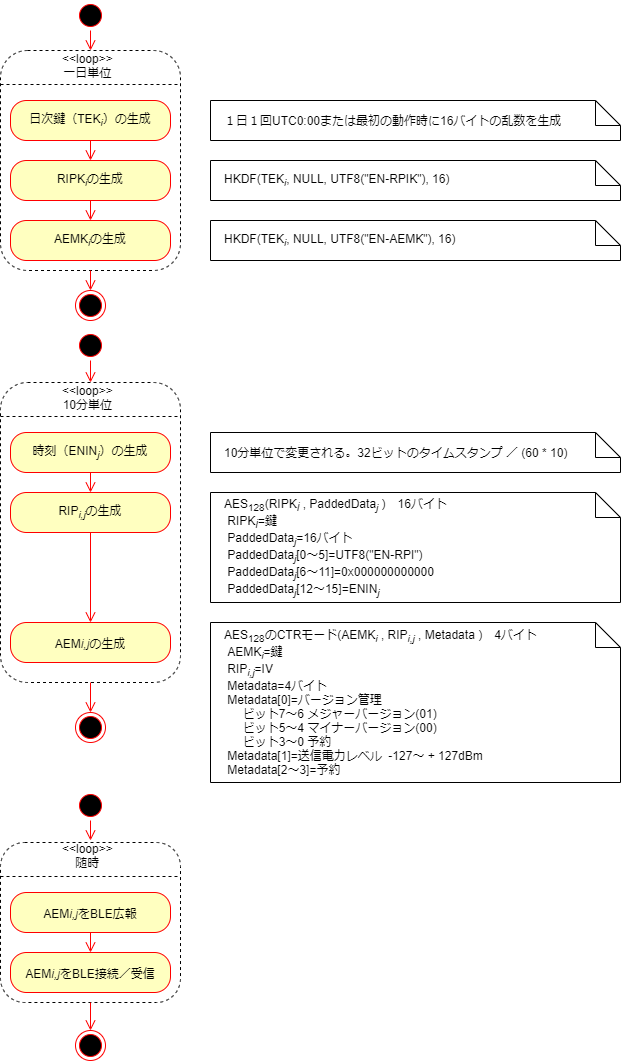
The draw.io diagram 接触確認機能アクティビティ.png in giangdolqa/GpsTrackerContactApp, before a commit. Source tidied: cells renumbered, new cells last; positions are measured from the earlier drawing's top-left corner, leaving out a move shared by most shapes.
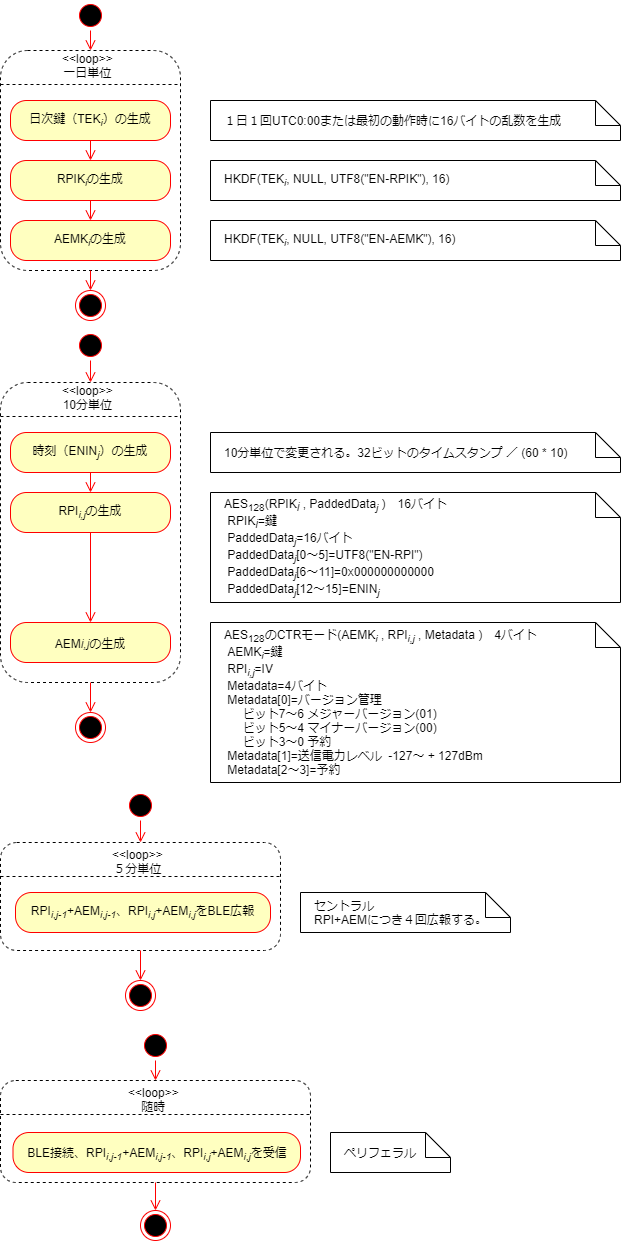
The same diagram one commit later.

The edit, as a diff of the source:
```diff
@@ -9,7 +9,7 @@
       <mxGeometry y="382" width="180" height="300" as="geometry" />
     </mxCell>
     <mxCell id="4" style="rounded=1;whiteSpace=wrap;html=1;labelBackgroundColor=none;fontColor=#FFFFFF;align=left;fillColor=none;dashed=1;" parent="1" vertex="1">
-      <mxGeometry y="842" width="180" height="160" as="geometry" />
+      <mxGeometry y="1080" width="310" height="102" as="geometry" />
     </mxCell>
     <mxCell id="5" style="ellipse;html=1;shape=startState;fillColor=#000000;strokeColor=#ff0000;" parent="1" vertex="1">
       <mxGeometry x="75" width="30" height="30" as="geometry" />
@@ -32,16 +32,16 @@
     <mxCell id="11" value="　10分単位で変更される。32ビットのタイムスタンプ ／ (60 * 10)" style="shape=note2;boundedLbl=1;whiteSpace=wrap;html=1;size=25;verticalAlign=middle;align=left;labelBackgroundColor=none;fontColor=#000000;fillColor=none;" parent="1" vertex="1">
       <mxGeometry x="210" y="432" width="410" height="40" as="geometry" />
     </mxCell>
-    <mxCell id="12" value="RIPK&lt;i&gt;&lt;sub&gt;i&lt;/sub&gt;&lt;/i&gt;の生成" style="rounded=1;whiteSpace=wrap;html=1;arcSize=40;fontColor=#000000;fillColor=#ffffc0;strokeColor=#ff0000;" parent="1" vertex="1">
+    <mxCell id="12" value="RPIK&lt;i&gt;&lt;sub&gt;i&lt;/sub&gt;&lt;/i&gt;の生成" style="rounded=1;whiteSpace=wrap;html=1;arcSize=40;fontColor=#000000;fillColor=#ffffc0;strokeColor=#ff0000;" parent="1" vertex="1">
       <mxGeometry x="10" y="160" width="160" height="40" as="geometry" />
     </mxCell>
     <mxCell id="13" value="　HKDF(TEK&lt;i&gt;&lt;sub&gt;i&lt;/sub&gt;&lt;/i&gt;, NULL, UTF8(&quot;EN-RPIK&quot;), 16)" style="shape=note2;boundedLbl=1;whiteSpace=wrap;html=1;size=25;verticalAlign=middle;align=left;labelBackgroundColor=none;fontColor=#000000;fillColor=none;" parent="1" vertex="1">
       <mxGeometry x="210" y="160" width="410" height="40" as="geometry" />
     </mxCell>
-    <mxCell id="14" value="RIP&lt;i&gt;&lt;sub&gt;i,j&lt;/sub&gt;&lt;/i&gt;の生成" style="rounded=1;whiteSpace=wrap;html=1;arcSize=40;fontColor=#000000;fillColor=#ffffc0;strokeColor=#ff0000;" parent="1" vertex="1">
+    <mxCell id="14" value="RPI&lt;i&gt;&lt;sub&gt;i,j&lt;/sub&gt;&lt;/i&gt;の生成" style="rounded=1;whiteSpace=wrap;html=1;arcSize=40;fontColor=#000000;fillColor=#ffffc0;strokeColor=#ff0000;" parent="1" vertex="1">
       <mxGeometry x="10" y="492" width="160" height="40" as="geometry" />
     </mxCell>
-    <mxCell id="15" value="　AES&lt;sub&gt;128&lt;/sub&gt;(RIPK&lt;i style=&quot;vertical-align: sub&quot;&gt;i&lt;/i&gt;&amp;nbsp;,&amp;nbsp;PaddedData&lt;sub&gt;&lt;i&gt;j&lt;/i&gt;&lt;/sub&gt;&amp;nbsp;)　16バイト&lt;br&gt;　&amp;nbsp;RIPK&lt;i style=&quot;vertical-align: sub&quot;&gt;i&lt;/i&gt;=鍵 &lt;br&gt;　 PaddedData&lt;sub style=&quot;font-style: italic&quot;&gt;j&lt;/sub&gt;=16バイト&lt;br&gt;　 PaddedData&lt;sub style=&quot;font-style: italic&quot;&gt;j&lt;/sub&gt;[0～5]=UTF8(&quot;EN-RPI&quot;)&lt;br&gt;　 PaddedData&lt;sub style=&quot;font-style: italic&quot;&gt;j&lt;/sub&gt;[6～11]=0x000000000000&lt;br&gt;　 PaddedData&lt;sub style=&quot;font-style: italic&quot;&gt;j&lt;/sub&gt;[12～15]=&lt;font&gt;&lt;span style=&quot;text-align: center&quot;&gt;ENIN&lt;/span&gt;&lt;i style=&quot;text-align: center&quot;&gt;&lt;sub&gt;j&lt;/sub&gt;&lt;/i&gt;&lt;/font&gt;" style="shape=note2;boundedLbl=1;whiteSpace=wrap;html=1;size=25;verticalAlign=middle;align=left;labelBackgroundColor=none;fontColor=#000000;fillColor=none;" parent="1" vertex="1">
+    <mxCell id="15" value="　AES&lt;sub&gt;128&lt;/sub&gt;(RPIK&lt;i style=&quot;vertical-align: sub&quot;&gt;i&lt;/i&gt;&amp;nbsp;,&amp;nbsp;PaddedData&lt;sub&gt;&lt;i&gt;j&lt;/i&gt;&lt;/sub&gt;&amp;nbsp;)　16バイト&lt;br&gt;　&amp;nbsp;RPIK&lt;i style=&quot;vertical-align: sub&quot;&gt;i&lt;/i&gt;=鍵 &lt;br&gt;　 PaddedData&lt;sub style=&quot;font-style: italic&quot;&gt;j&lt;/sub&gt;=16バイト&lt;br&gt;　 PaddedData&lt;sub style=&quot;font-style: italic&quot;&gt;j&lt;/sub&gt;[0～5]=UTF8(&quot;EN-RPI&quot;)&lt;br&gt;　 PaddedData&lt;sub style=&quot;font-style: italic&quot;&gt;j&lt;/sub&gt;[6～11]=0x000000000000&lt;br&gt;　 PaddedData&lt;sub style=&quot;font-style: italic&quot;&gt;j&lt;/sub&gt;[12～15]=&lt;font&gt;&lt;span style=&quot;text-align: center&quot;&gt;ENIN&lt;/span&gt;&lt;i style=&quot;text-align: center&quot;&gt;&lt;sub&gt;j&lt;/sub&gt;&lt;/i&gt;&lt;/font&gt;" style="shape=note2;boundedLbl=1;whiteSpace=wrap;html=1;size=25;verticalAlign=middle;align=left;labelBackgroundColor=none;fontColor=#000000;fillColor=none;" parent="1" vertex="1">
       <mxGeometry x="210" y="492" width="410" height="110" as="geometry" />
     </mxCell>
     <mxCell id="16" value="AEMK&lt;i&gt;&lt;sub&gt;i&lt;/sub&gt;&lt;/i&gt;の生成" style="rounded=1;whiteSpace=wrap;html=1;arcSize=40;fontColor=#000000;fillColor=#ffffc0;strokeColor=#ff0000;" parent="1" vertex="1">
@@ -53,17 +53,14 @@
     <mxCell id="18" value="&lt;span style=&quot;vertical-align: sub ; font-size: 12px&quot;&gt;AEM&lt;/span&gt;&lt;i style=&quot;vertical-align: sub&quot;&gt;i,j&lt;/i&gt;&lt;span style=&quot;vertical-align: sub&quot;&gt;の生成&lt;/span&gt;" style="rounded=1;whiteSpace=wrap;html=1;arcSize=40;fontColor=#000000;fillColor=#ffffc0;strokeColor=#ff0000;" parent="1" vertex="1">
       <mxGeometry x="10" y="622" width="160" height="40" as="geometry" />
     </mxCell>
-    <mxCell id="19" value="　AES&lt;sub&gt;128&lt;/sub&gt;のCTRモード(&lt;font&gt;&lt;span style=&quot;text-align: center&quot;&gt;AEMK&lt;/span&gt;&lt;i style=&quot;text-align: center&quot;&gt;&lt;sub&gt;i&lt;/sub&gt;&lt;/i&gt;&lt;/font&gt;&amp;nbsp;,&amp;nbsp;&lt;font&gt;&lt;span style=&quot;text-align: center&quot;&gt;RIP&lt;/span&gt;&lt;i style=&quot;text-align: center&quot;&gt;&lt;sub&gt;i,j&lt;/sub&gt;&lt;/i&gt;&lt;/font&gt;&amp;nbsp;, Metadata )　4バイト&lt;br&gt;　 &lt;span style=&quot;text-align: center&quot;&gt;AEMK&lt;/span&gt;&lt;i style=&quot;text-align: center&quot;&gt;&lt;sub&gt;i&lt;/sub&gt;&lt;/i&gt;=鍵&amp;nbsp;&lt;br&gt;　&amp;nbsp;&lt;span style=&quot;text-align: center&quot;&gt;RIP&lt;/span&gt;&lt;i style=&quot;text-align: center&quot;&gt;&lt;sub&gt;i,j&lt;/sub&gt;&lt;/i&gt;&lt;span&gt;=IV&lt;/span&gt;&lt;br&gt;　 Metadata=4バイト&lt;br&gt;　 Metadata[0]=バージョン管理&lt;br&gt;　 　&amp;nbsp;ビット7～6 メジャーバージョン(01)&lt;br&gt;　 　&amp;nbsp;ビット5～4 マイナーバージョン(00)&lt;br&gt;　 　&amp;nbsp;ビット3～0 予約&lt;br&gt;　 Metadata[1]=&lt;span&gt;&lt;font&gt;送信電力レベル&amp;nbsp;&amp;nbsp;&lt;/font&gt;&lt;/span&gt;&lt;span&gt;&lt;font&gt;-127〜 + 127dBm&lt;br&gt;&lt;/font&gt;&lt;/span&gt;　 Metadata[2～3]=予約&lt;span&gt;&lt;font&gt;&lt;br&gt;&lt;/font&gt;&lt;/span&gt;" style="shape=note2;boundedLbl=1;whiteSpace=wrap;html=1;size=25;verticalAlign=middle;align=left;labelBackgroundColor=none;fontColor=#000000;fillColor=none;" parent="1" vertex="1">
+    <mxCell id="19" value="　AES&lt;sub&gt;128&lt;/sub&gt;のCTRモード(&lt;font&gt;&lt;span style=&quot;text-align: center&quot;&gt;AEMK&lt;/span&gt;&lt;i style=&quot;text-align: center&quot;&gt;&lt;sub&gt;i&lt;/sub&gt;&lt;/i&gt;&lt;/font&gt;&amp;nbsp;,&amp;nbsp;&lt;font&gt;&lt;span style=&quot;text-align: center&quot;&gt;RPI&lt;/span&gt;&lt;i style=&quot;text-align: center&quot;&gt;&lt;sub&gt;i,j&lt;/sub&gt;&lt;/i&gt;&lt;/font&gt;&amp;nbsp;, Metadata )　4バイト&lt;br&gt;　 &lt;span style=&quot;text-align: center&quot;&gt;AEMK&lt;/span&gt;&lt;i style=&quot;text-align: center&quot;&gt;&lt;sub&gt;i&lt;/sub&gt;&lt;/i&gt;=鍵&amp;nbsp;&lt;br&gt;　&amp;nbsp;&lt;span style=&quot;text-align: center&quot;&gt;RPI&lt;/span&gt;&lt;i style=&quot;text-align: center&quot;&gt;&lt;sub&gt;i,j&lt;/sub&gt;&lt;/i&gt;&lt;span&gt;=IV&lt;/span&gt;&lt;br&gt;　 Metadata=4バイト&lt;br&gt;　 Metadata[0]=バージョン管理&lt;br&gt;　 　&amp;nbsp;ビット7～6 メジャーバージョン(01)&lt;br&gt;　 　&amp;nbsp;ビット5～4 マイナーバージョン(00)&lt;br&gt;　 　&amp;nbsp;ビット3～0 予約&lt;br&gt;　 Metadata[1]=&lt;span&gt;&lt;font&gt;送信電力レベル&amp;nbsp;&amp;nbsp;&lt;/font&gt;&lt;/span&gt;&lt;span&gt;&lt;font&gt;-127〜 + 127dBm&lt;br&gt;&lt;/font&gt;&lt;/span&gt;　 Metadata[2～3]=予約&lt;span&gt;&lt;font&gt;&lt;br&gt;&lt;/font&gt;&lt;/span&gt;" style="shape=note2;boundedLbl=1;whiteSpace=wrap;html=1;size=25;verticalAlign=middle;align=left;labelBackgroundColor=none;fontColor=#000000;fillColor=none;" parent="1" vertex="1">
       <mxGeometry x="210" y="622" width="410" height="160" as="geometry" />
     </mxCell>
-    <mxCell id="20" value="&lt;span style=&quot;vertical-align: sub ; font-size: 12px&quot;&gt;AEM&lt;/span&gt;&lt;i style=&quot;vertical-align: sub&quot;&gt;i,j&lt;/i&gt;&lt;span style=&quot;vertical-align: sub&quot;&gt;をBLE広報&lt;/span&gt;" style="rounded=1;whiteSpace=wrap;html=1;arcSize=40;fontColor=#000000;fillColor=#ffffc0;strokeColor=#ff0000;" parent="1" vertex="1">
-      <mxGeometry x="10" y="892" width="160" height="40" as="geometry" />
-    </mxCell>
     <mxCell id="21" style="ellipse;html=1;shape=endState;fillColor=#000000;strokeColor=#ff0000;labelBackgroundColor=none;fontColor=#FFFFFF;align=left;" parent="1" vertex="1">
-      <mxGeometry x="75" y="1030" width="30" height="30" as="geometry" />
+      <mxGeometry x="140" y="1210" width="30" height="30" as="geometry" />
     </mxCell>
-    <mxCell id="22" value="&lt;span style=&quot;vertical-align: sub ; font-size: 12px&quot;&gt;AEM&lt;/span&gt;&lt;i style=&quot;vertical-align: sub&quot;&gt;i,j&lt;/i&gt;&lt;span style=&quot;vertical-align: sub&quot;&gt;をBLE接続／受信&lt;/span&gt;" style="rounded=1;whiteSpace=wrap;html=1;arcSize=40;fontColor=#000000;fillColor=#ffffc0;strokeColor=#ff0000;" parent="1" vertex="1">
-      <mxGeometry x="10" y="952" width="160" height="40" as="geometry" />
+    <mxCell id="22" value="&lt;span style=&quot;vertical-align: sub&quot;&gt;BLE接続、RPI&lt;sub&gt;&lt;i&gt;i&lt;/i&gt;,&lt;i&gt;j-1&lt;/i&gt;&lt;/sub&gt;+AEM&lt;sub&gt;&lt;i&gt;i&lt;/i&gt;,&lt;i&gt;j-1&lt;/i&gt;&lt;/sub&gt;、RPI&lt;sub&gt;&lt;i&gt;i&lt;/i&gt;,&lt;i&gt;j&lt;/i&gt;&lt;/sub&gt;+AEM&lt;sub&gt;&lt;i&gt;i&lt;/i&gt;,&lt;i&gt;j&lt;/i&gt;&lt;/sub&gt;を受信&lt;/span&gt;" style="rounded=1;whiteSpace=wrap;html=1;arcSize=40;fontColor=#000000;fillColor=#ffffc0;strokeColor=#ff0000;" parent="1" vertex="1">
+      <mxGeometry x="12.5" y="1132" width="287.5" height="40" as="geometry" />
     </mxCell>
     <mxCell id="23" style="edgeStyle=orthogonalEdgeStyle;html=1;verticalAlign=bottom;endArrow=open;endSize=8;strokeColor=#ff0000;exitX=0.5;exitY=1;exitDx=0;exitDy=0;" parent="1" edge="1" source="12" target="16">
       <mxGeometry relative="1" as="geometry" />
@@ -86,19 +83,14 @@
         <mxPoint x="90" y="712" as="targetPoint" />
       </mxGeometry>
     </mxCell>
-    <mxCell id="28" style="edgeStyle=orthogonalEdgeStyle;html=1;verticalAlign=bottom;endArrow=open;endSize=8;strokeColor=#ff0000;entryX=0.5;entryY=0;entryDx=0;entryDy=0;" parent="1" edge="1" target="22">
-      <mxGeometry relative="1" as="geometry">
-        <mxPoint x="90" y="932" as="sourcePoint" />
-      </mxGeometry>
-    </mxCell>
     <mxCell id="29" style="edgeStyle=orthogonalEdgeStyle;html=1;verticalAlign=bottom;endArrow=open;endSize=8;strokeColor=#ff0000;entryX=0.5;entryY=0;entryDx=0;entryDy=0;exitX=0.5;exitY=1;exitDx=0;exitDy=0;" parent="1" edge="1" source="4" target="21">
       <mxGeometry relative="1" as="geometry" />
     </mxCell>
     <mxCell id="30" style="line;strokeWidth=1;fillColor=none;align=left;verticalAlign=middle;spacingTop=-1;spacingLeft=3;spacingRight=3;labelPosition=right;dashed=1;labelBackgroundColor=none;fontColor=#FFFFFF;" parent="1" vertex="1">
-      <mxGeometry y="872" width="180" height="8" as="geometry" />
+      <mxGeometry y="1110" width="310" height="8" as="geometry" />
     </mxCell>
     <mxCell id="31" value="&lt;div style=&quot;text-align: center&quot;&gt;&amp;lt;&amp;lt;loop&amp;gt;&amp;gt;&lt;/div&gt;&lt;div style=&quot;text-align: center&quot;&gt;随時&lt;/div&gt;" style="text;whiteSpace=wrap;html=1;labelBackgroundColor=none;fontColor=#000000;verticalAlign=middle;" parent="1" vertex="1">
-      <mxGeometry x="60" y="840" width="60" height="30" as="geometry" />
+      <mxGeometry x="126.2" y="1088" width="60" height="22" as="geometry" />
     </mxCell>
     <mxCell id="32" style="line;strokeWidth=1;fillColor=none;align=left;verticalAlign=middle;spacingTop=-1;spacingLeft=3;spacingRight=3;labelPosition=right;dashed=1;labelBackgroundColor=none;fontColor=#FFFFFF;" parent="1" vertex="1">
       <mxGeometry y="412" width="180" height="8" as="geometry" />
@@ -116,12 +108,10 @@
       <mxGeometry x="75" y="712" width="30" height="30" as="geometry" />
     </mxCell>
     <mxCell id="37" style="ellipse;html=1;shape=startState;fillColor=#000000;strokeColor=#ff0000;" parent="1" vertex="1">
-      <mxGeometry x="75" y="790" width="30" height="30" as="geometry" />
+      <mxGeometry x="140" y="1030" width="30" height="30" as="geometry" />
     </mxCell>
-    <mxCell id="38" style="edgeStyle=orthogonalEdgeStyle;html=1;verticalAlign=bottom;endArrow=open;endSize=8;strokeColor=#ff0000;exitX=0.5;exitY=1;exitDx=0;exitDy=0;" parent="1" edge="1" source="37">
-      <mxGeometry relative="1" as="geometry">
-        <mxPoint x="90" y="840" as="targetPoint" />
-      </mxGeometry>
+    <mxCell id="38" style="edgeStyle=orthogonalEdgeStyle;html=1;verticalAlign=bottom;endArrow=open;endSize=8;strokeColor=#ff0000;exitX=0.5;exitY=1;exitDx=0;exitDy=0;entryX=0.5;entryY=0;entryDx=0;entryDy=0;" parent="1" edge="1" source="37" target="4">
+      <mxGeometry relative="1" as="geometry" />
     </mxCell>
     <mxCell id="39" style="ellipse;html=1;shape=startState;fillColor=#000000;strokeColor=#ff0000;" parent="1" vertex="1">
       <mxGeometry x="75" y="330" width="30" height="30" as="geometry" />
@@ -132,5 +122,35 @@
     <mxCell id="41" style="ellipse;html=1;shape=endState;fillColor=#000000;strokeColor=#ff0000;" parent="1" vertex="1">
       <mxGeometry x="75" y="290" width="30" height="30" as="geometry" />
     </mxCell>
+    <mxCell id="42" value="　セントラル&lt;br&gt;　RPI+AEMにつき４回広報する。" style="shape=note2;boundedLbl=1;whiteSpace=wrap;html=1;size=25;verticalAlign=middle;align=left;labelBackgroundColor=none;fontColor=#000000;fillColor=none;" parent="1" vertex="1">
+      <mxGeometry x="300" y="892" width="210" height="40" as="geometry" />
+    </mxCell>
+    <mxCell id="43" style="rounded=1;whiteSpace=wrap;html=1;labelBackgroundColor=none;fontColor=#FFFFFF;align=left;fillColor=none;dashed=1;" parent="1" vertex="1">
+      <mxGeometry y="842" width="280" height="108" as="geometry" />
+    </mxCell>
+    <mxCell id="44" value="RPI&lt;sub&gt;&lt;i&gt;i&lt;/i&gt;,&lt;i&gt;j-1&lt;/i&gt;&lt;/sub&gt;+AEM&lt;sub&gt;&lt;i&gt;i&lt;/i&gt;,&lt;i&gt;j-1&lt;/i&gt;&lt;/sub&gt;、RPI&lt;sub&gt;&lt;i&gt;i&lt;/i&gt;,&lt;i&gt;j&lt;/i&gt;&lt;/sub&gt;+AEM&lt;sub&gt;&lt;i&gt;i&lt;/i&gt;,&lt;i&gt;j&lt;/i&gt;&lt;/sub&gt;をBLE広報" style="rounded=1;whiteSpace=wrap;html=1;arcSize=40;fontColor=#000000;fillColor=#ffffc0;strokeColor=#ff0000;" parent="1" vertex="1">
+      <mxGeometry x="15" y="892" width="255" height="40" as="geometry" />
+    </mxCell>
+    <mxCell id="45" style="ellipse;html=1;shape=endState;fillColor=#000000;strokeColor=#ff0000;labelBackgroundColor=none;fontColor=#FFFFFF;align=left;" parent="1" vertex="1">
+      <mxGeometry x="125" y="980" width="30" height="30" as="geometry" />
+    </mxCell>
+    <mxCell id="46" style="edgeStyle=orthogonalEdgeStyle;html=1;verticalAlign=bottom;endArrow=open;endSize=8;strokeColor=#ff0000;entryX=0.5;entryY=0;entryDx=0;entryDy=0;exitX=0.5;exitY=1;exitDx=0;exitDy=0;" parent="1" edge="1" source="43" target="45">
+      <mxGeometry relative="1" as="geometry" />
+    </mxCell>
+    <mxCell id="47" style="line;strokeWidth=1;fillColor=none;align=left;verticalAlign=middle;spacingTop=-1;spacingLeft=3;spacingRight=3;labelPosition=right;dashed=1;labelBackgroundColor=none;fontColor=#FFFFFF;" parent="1" vertex="1">
+      <mxGeometry y="872" width="280" height="8" as="geometry" />
+    </mxCell>
+    <mxCell id="48" value="&lt;div style=&quot;text-align: center&quot;&gt;&amp;lt;&amp;lt;loop&amp;gt;&amp;gt;&lt;/div&gt;&lt;div style=&quot;text-align: center&quot;&gt;５分単位&lt;/div&gt;" style="text;whiteSpace=wrap;html=1;labelBackgroundColor=none;fontColor=#000000;verticalAlign=middle;" parent="1" vertex="1">
+      <mxGeometry x="110" y="850" width="60" height="22" as="geometry" />
+    </mxCell>
+    <mxCell id="49" style="ellipse;html=1;shape=startState;fillColor=#000000;strokeColor=#ff0000;" parent="1" vertex="1">
+      <mxGeometry x="125" y="790" width="30" height="30" as="geometry" />
+    </mxCell>
+    <mxCell id="50" style="edgeStyle=orthogonalEdgeStyle;html=1;verticalAlign=bottom;endArrow=open;endSize=8;strokeColor=#ff0000;exitX=0.5;exitY=1;exitDx=0;exitDy=0;entryX=0.5;entryY=0;entryDx=0;entryDy=0;" parent="1" edge="1" source="49" target="43">
+      <mxGeometry relative="1" as="geometry" />
+    </mxCell>
+    <mxCell id="51" value="　ペリフェラル" style="shape=note2;boundedLbl=1;whiteSpace=wrap;html=1;size=25;verticalAlign=middle;align=left;labelBackgroundColor=none;fontColor=#000000;fillColor=none;" parent="1" vertex="1">
+      <mxGeometry x="330" y="1132" width="120" height="40" as="geometry" />
+    </mxCell>
   </root>
 </mxGraphModel>
```
